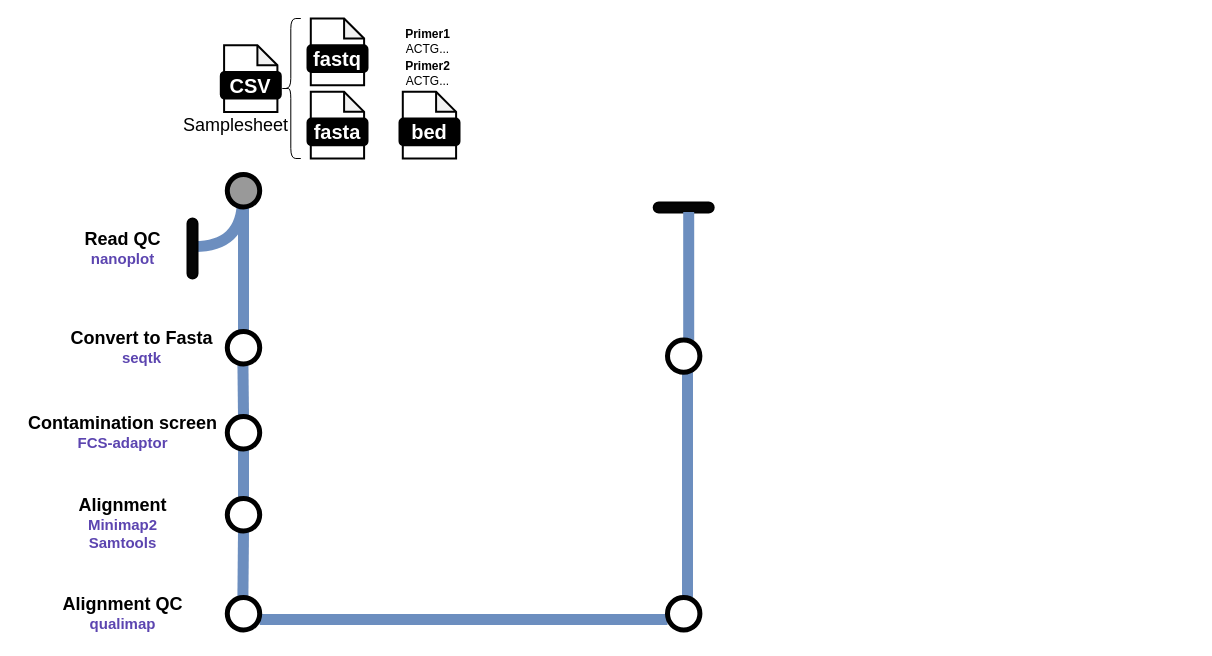
Earlier version of the draw.io diagram docs/images/HiFiAmplicon_Metromap.drawio (rlinder02/rl-hifiampliconanalysis). Source tidied: cells renumbered, new cells numbered last; positions are measured from the earlier drawing's top-left corner, leaving out a move shared by most shapes. Both pictures are drawn from the tidied source at 100%, with x=0, y=0 at pixel (17, 18).
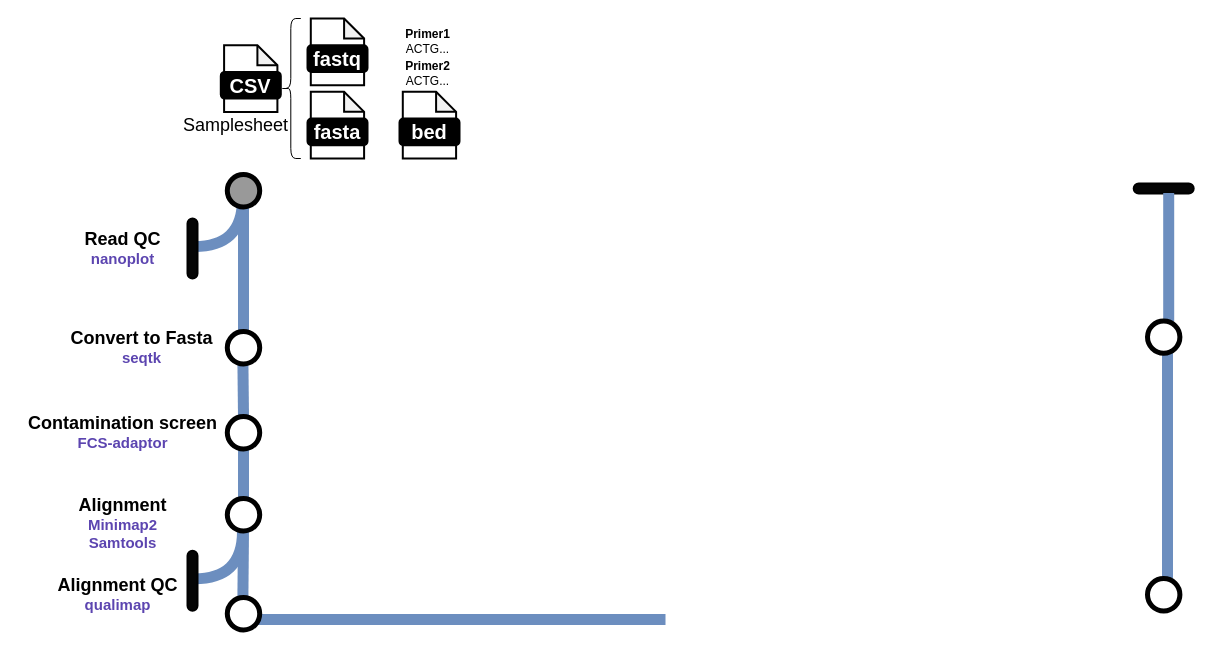
The same diagram, later.

Diff of the diagram source:
```diff
@@
     <mxCell id="3" value="&lt;span style=&quot;font-size: 18px;&quot;&gt;&lt;b&gt;Alignment QC&lt;/b&gt;&lt;/span&gt;&lt;div&gt;&lt;font color=&quot;#5c45b0&quot;&gt;&lt;span style=&quot;font-size: 15px;&quot;&gt;&lt;b&gt;qualimap&lt;/b&gt;&lt;/span&gt;&lt;/font&gt;&lt;/div&gt;" style="text;html=1;align=center;verticalAlign=middle;strokeColor=none;fillColor=none;" parent="1" vertex="1">
-      <mxGeometry x="34.8" y="570.2" width="140" height="50" as="geometry" />
+      <mxGeometry x="30" y="551.2" width="140" height="50" as="geometry" />
     </mxCell>
-    <mxCell id="4" style="endArrow=none;html=1;rounded=1;strokeWidth=11;fontSize=12;startSize=8;endSize=8;curved=1;exitX=0.5;exitY=1;exitDx=0;exitDy=0;fillColor=#dae8fc;strokeColor=#6c8ebf;edgeStyle=orthogonalEdgeStyle;entryX=1;entryY=0.28;entryDx=0;entryDy=0;entryPerimeter=0;" parent="1" edge="1">
-      <mxGeometry relative="1" as="geometry">
-        <mxPoint x="225" y="180.8" as="sourcePoint" />
-        <mxPoint x="175" y="228" as="targetPoint" />
-        <Array as="points">
-          <mxPoint x="225" y="229" />
-        </Array>
-      </mxGeometry>
-    </mxCell>
-    <mxCell id="5" style="rounded=1;whiteSpace=wrap;html=1;strokeWidth=2;arcSize=50;fillColor=#050505;" parent="1" vertex="1">
-      <mxGeometry x="170" y="200" width="10" height="60" as="geometry" />
-    </mxCell>
@@
     <mxCell id="9" style="endArrow=none;html=1;rounded=1;strokeWidth=11;fontSize=12;startSize=8;endSize=8;curved=1;exitX=0.5;exitY=1;exitDx=0;exitDy=0;fillColor=#dae8fc;strokeColor=#6c8ebf;" parent="1" edge="1">
       <mxGeometry relative="1" as="geometry">
-        <mxPoint x="242.2" y="601" as="sourcePoint" />
-        <mxPoint x="650" y="601" as="targetPoint" />
+        <mxPoint x="240.2" y="601" as="sourcePoint" />
+        <mxPoint x="648" y="601" as="targetPoint" />
       </mxGeometry>
     </mxCell>
@@
     <mxCell id="25" style="endArrow=none;html=1;rounded=1;strokeWidth=11;fontSize=12;startSize=8;endSize=8;curved=1;fillColor=#dae8fc;strokeColor=#6c8ebf;" parent="1" edge="1">
       <mxGeometry relative="1" as="geometry">
-        <mxPoint x="670" y="579" as="sourcePoint" />
-        <mxPoint x="670" y="349" as="targetPoint" />
+        <mxPoint x="1150" y="560" as="sourcePoint" />
+        <mxPoint x="1150" y="330" as="targetPoint" />
       </mxGeometry>
     </mxCell>
     <mxCell id="26" style="rounded=1;whiteSpace=wrap;html=1;strokeWidth=2;arcSize=50;fillColor=#050505;rotation=-90;" parent="1" vertex="1">
-      <mxGeometry x="661.2" y="159" width="10" height="60" as="geometry" />
+      <mxGeometry x="1141.2" y="140" width="10" height="60" as="geometry" />
     </mxCell>
     <mxCell id="27" style="endArrow=none;html=1;rounded=1;strokeWidth=11;fontSize=12;startSize=8;endSize=8;curved=1;exitX=0.5;exitY=1;exitDx=0;exitDy=0;fillColor=#dae8fc;strokeColor=#6c8ebf;" parent="1" edge="1">
       <mxGeometry relative="1" as="geometry">
-        <mxPoint x="671.2" y="321.4" as="sourcePoint" />
-        <mxPoint x="671.2" y="193.4" as="targetPoint" />
+        <mxPoint x="1151.2" y="302.4" as="sourcePoint" />
+        <mxPoint x="1151.2" y="174.4" as="targetPoint" />
       </mxGeometry>
     </mxCell>
     <mxCell id="28" style="ellipse;whiteSpace=wrap;html=1;rounded=1;rotation=0;strokeWidth=5;" parent="1" vertex="1">
-      <mxGeometry x="650" y="321.4" width="32.4" height="32.4" as="geometry" />
+      <mxGeometry x="1130" y="302.4" width="32.4" height="32.4" as="geometry" />
     </mxCell>
@@
     <mxCell id="31" style="ellipse;whiteSpace=wrap;html=1;rounded=1;rotation=0;strokeWidth=5;" parent="1" vertex="1">
-      <mxGeometry x="650" y="579" width="32.4" height="32.4" as="geometry" />
+      <mxGeometry x="1130" y="560" width="32.4" height="32.4" as="geometry" />
     </mxCell>
-    <mxCell id="32" style="ellipse;whiteSpace=wrap;html=1;rounded=1;rotation=0;strokeWidth=5;fillColor=#999999;" parent="1" vertex="1">
-      <mxGeometry x="209.8" y="156" width="32.4" height="32.4" as="geometry" />
-    </mxCell>
@@
+    <mxCell id="41" style="group;" parent="1" vertex="1">
+      <mxGeometry x="170" y="180.8" width="55" height="79.2" as="geometry" />
+    </mxCell>
+    <mxCell id="4" style="endArrow=none;html=1;rounded=1;strokeWidth=11;fontSize=12;startSize=8;endSize=8;curved=1;exitX=0.5;exitY=1;exitDx=0;exitDy=0;fillColor=#dae8fc;strokeColor=#6c8ebf;edgeStyle=orthogonalEdgeStyle;entryX=1;entryY=0.28;entryDx=0;entryDy=0;entryPerimeter=0;" parent="41" edge="1">
+      <mxGeometry relative="1" as="geometry">
+        <mxPoint x="55" as="sourcePoint" />
+        <mxPoint x="5" y="47.2" as="targetPoint" />
+        <Array as="points">
+          <mxPoint x="55" y="48.2" />
+        </Array>
+      </mxGeometry>
+    </mxCell>
+    <mxCell id="5" style="rounded=1;whiteSpace=wrap;html=1;strokeWidth=2;arcSize=50;fillColor=#050505;" parent="41" vertex="1">
+      <mxGeometry y="19.2" width="10" height="60" as="geometry" />
+    </mxCell>
+    <mxCell id="42" style="group;" parent="1" vertex="1">
+      <mxGeometry x="170" y="513" width="55" height="79.2" as="geometry" />
+    </mxCell>
+    <mxCell id="43" style="endArrow=none;html=1;rounded=1;strokeWidth=11;fontSize=12;startSize=8;endSize=8;curved=1;exitX=0.5;exitY=1;exitDx=0;exitDy=0;fillColor=#dae8fc;strokeColor=#6c8ebf;edgeStyle=orthogonalEdgeStyle;entryX=1;entryY=0.28;entryDx=0;entryDy=0;entryPerimeter=0;" parent="42" edge="1">
+      <mxGeometry relative="1" as="geometry">
+        <mxPoint x="55" as="sourcePoint" />
+        <mxPoint x="5" y="47.2" as="targetPoint" />
+        <Array as="points">
+          <mxPoint x="55" y="48.2" />
+        </Array>
+      </mxGeometry>
+    </mxCell>
+    <mxCell id="44" style="rounded=1;whiteSpace=wrap;html=1;strokeWidth=2;arcSize=50;fillColor=#050505;" parent="42" vertex="1">
+      <mxGeometry y="19.2" width="10" height="60" as="geometry" />
+    </mxCell>
@@
+    <mxCell id="32" style="ellipse;whiteSpace=wrap;html=1;rounded=1;rotation=0;strokeWidth=5;fillColor=#999999;" parent="1" vertex="1">
+      <mxGeometry x="209.8" y="156" width="32.4" height="32.4" as="geometry" />
+    </mxCell>
```
